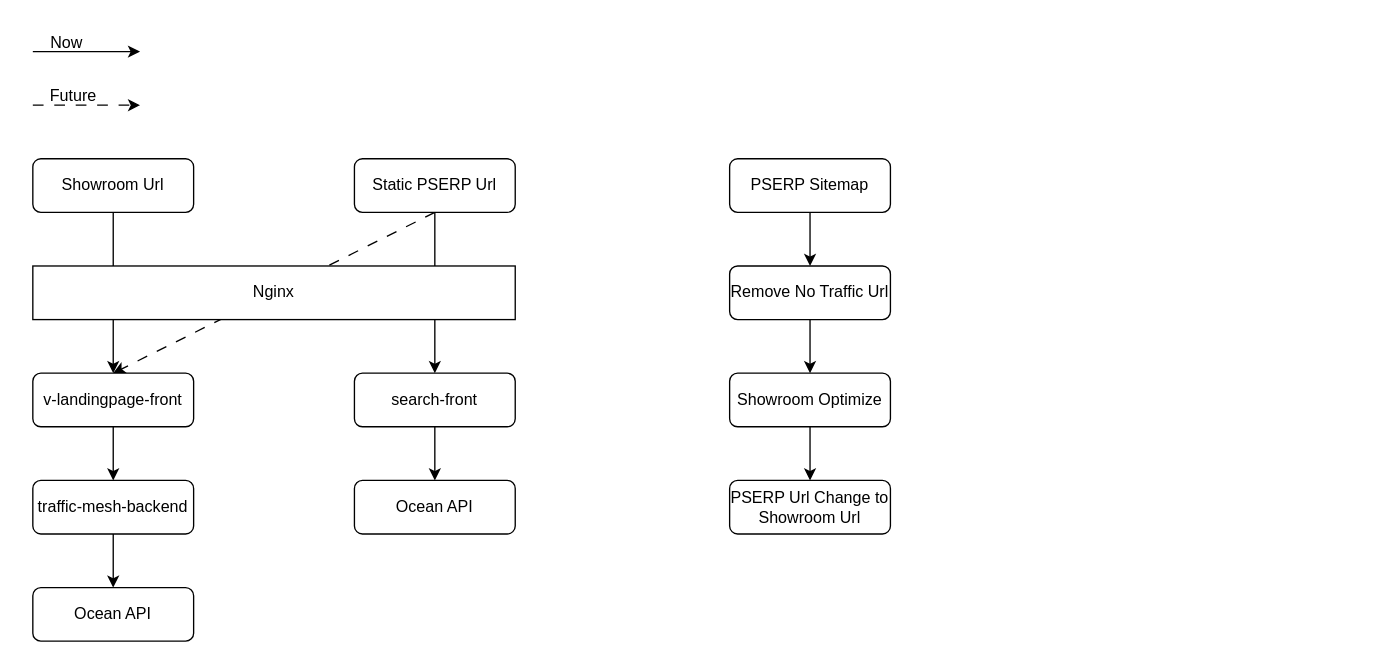
The draw.io diagram drawio/showroom_pserp_merge.drawio in VisableHarry/seo-drawio, before the edit. Source tidied: cells renumbered, new cells numbered last; positions are measured from the earlier drawing's top-left corner, leaving out a move shared by most shapes. Both pictures are drawn from the tidied source at 134%, with x=0, y=0 at pixel (32, 23).
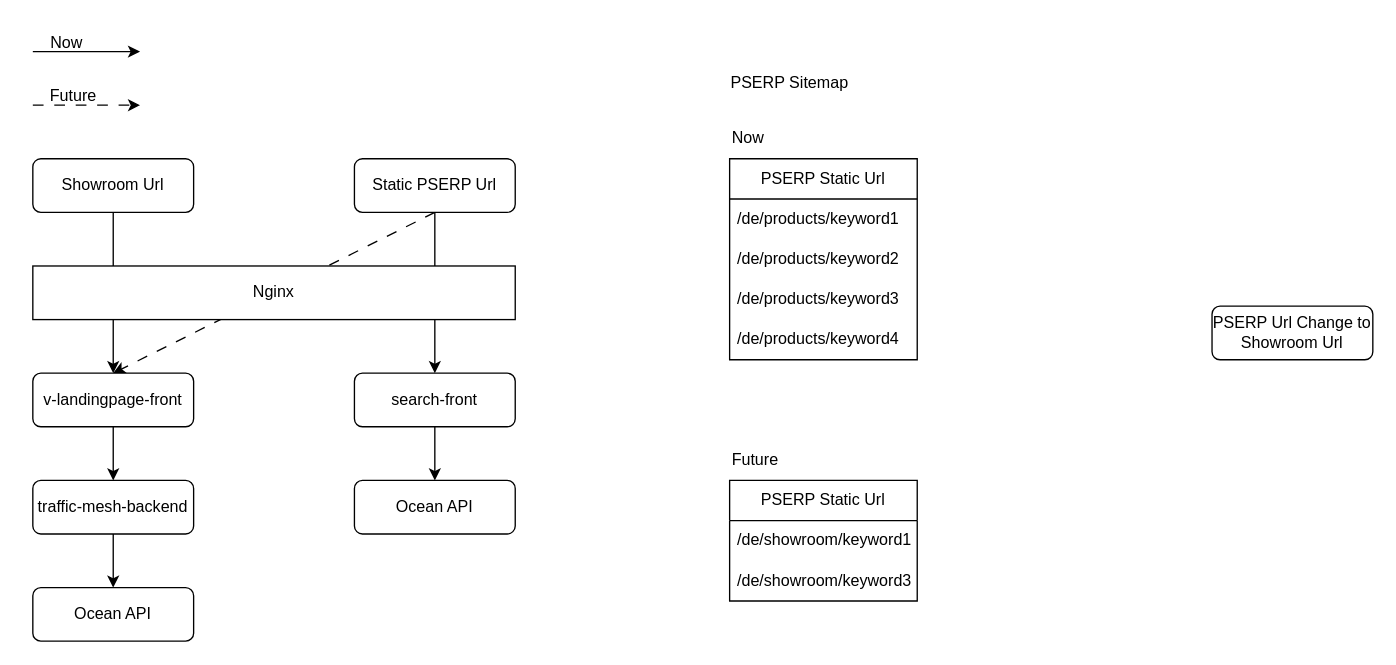
The same diagram, later.

What changed in the source:
```diff
@@
-    <mxCell id="20" style="edgeStyle=orthogonalEdgeStyle;rounded=0;jettySize=auto;html=1;exitX=0.5;exitY=1;exitDx=0;exitDy=0;entryX=0.5;entryY=0;entryDx=0;entryDy=0;" parent="1" edge="1" source="21" target="23">
-      <mxGeometry relative="1" as="geometry" />
-    </mxCell>
+    <mxCell id="26" value="PSERP Url Change to Showroom Url" style="rounded=1;whiteSpace=wrap;html=1;" parent="1" vertex="1">
+      <mxGeometry x="880" y="211" width="120" height="40" as="geometry" />
+    </mxCell>
-    <mxCell id="21" value="PSERP Sitemap" style="rounded=1;whiteSpace=wrap;html=1;" parent="1" vertex="1">
-      <mxGeometry x="520" y="101" width="120" height="40" as="geometry" />
+    <mxCell id="21" value="PSERP Sitemap" style="text;html=1;align=center;verticalAlign=middle;whiteSpace=wrap;rounded=0;" parent="1" vertex="1">
+      <mxGeometry x="520" y="30" width="90" height="30" as="geometry" />
     </mxCell>
-    <mxCell id="22" style="edgeStyle=orthogonalEdgeStyle;rounded=0;jettySize=auto;html=1;exitX=0.5;exitY=1;exitDx=0;exitDy=0;entryX=0.5;entryY=0;entryDx=0;entryDy=0;" parent="1" edge="1" source="23" target="25">
-      <mxGeometry relative="1" as="geometry" />
-    </mxCell>
-    <mxCell id="23" value="Remove No Traffic Url" style="rounded=1;whiteSpace=wrap;html=1;" parent="1" vertex="1">
-      <mxGeometry x="520" y="181" width="120" height="40" as="geometry" />
-    </mxCell>
-    <mxCell id="24" style="edgeStyle=orthogonalEdgeStyle;rounded=0;jettySize=auto;html=1;exitX=0.5;exitY=1;exitDx=0;exitDy=0;entryX=0.5;entryY=0;entryDx=0;entryDy=0;" parent="1" edge="1" source="25" target="26">
-      <mxGeometry relative="1" as="geometry" />
-    </mxCell>
-    <mxCell id="25" value="Showroom Optimize" style="rounded=1;whiteSpace=wrap;html=1;" parent="1" vertex="1">
-      <mxGeometry x="520" y="261" width="120" height="40" as="geometry" />
-    </mxCell>
-    <mxCell id="26" value="PSERP Url Change to Showroom Url" style="rounded=1;whiteSpace=wrap;html=1;" parent="1" vertex="1">
-      <mxGeometry x="520" y="341" width="120" height="40" as="geometry" />
-    </mxCell>
+    <mxCell id="27" value="Now" style="text;html=1;align=left;verticalAlign=middle;whiteSpace=wrap;rounded=0;" parent="1" vertex="1">
+      <mxGeometry x="520" y="71" width="60" height="30" as="geometry" />
+    </mxCell>
+    <mxCell id="28" value="Future" style="text;html=1;align=left;verticalAlign=middle;whiteSpace=wrap;rounded=0;" parent="1" vertex="1">
+      <mxGeometry x="520" y="311" width="60" height="30" as="geometry" />
+    </mxCell>
+    <mxCell id="29" value="PSERP Static Url" style="swimlane;fontStyle=0;horizontal=1;startSize=30;whiteSpace=wrap;html=1;" parent="1" vertex="1">
+      <mxGeometry x="520" y="101" width="140" height="150" as="geometry" />
+    </mxCell>
+    <mxCell id="30" value="/de/products/keyword1" style="text;strokeColor=none;fillColor=none;align=left;verticalAlign=middle;spacingLeft=4;spacingRight=4;overflow=hidden;whiteSpace=wrap;html=1;" parent="29" vertex="1">
+      <mxGeometry y="30" width="140" height="30" as="geometry" />
+    </mxCell>
+    <mxCell id="31" value="/de/products/keyword2" style="text;strokeColor=none;fillColor=none;align=left;verticalAlign=middle;spacingLeft=4;spacingRight=4;overflow=hidden;whiteSpace=wrap;html=1;" parent="29" vertex="1">
+      <mxGeometry y="60" width="140" height="30" as="geometry" />
+    </mxCell>
+    <mxCell id="32" value="/de/products/keyword3" style="text;strokeColor=none;fillColor=none;align=left;verticalAlign=middle;spacingLeft=4;spacingRight=4;overflow=hidden;whiteSpace=wrap;html=1;" parent="29" vertex="1">
+      <mxGeometry y="90" width="140" height="30" as="geometry" />
+    </mxCell>
+    <mxCell id="33" value="/de/products/keyword4" style="text;strokeColor=none;fillColor=none;align=left;verticalAlign=middle;spacingLeft=4;spacingRight=4;overflow=hidden;whiteSpace=wrap;html=1;" parent="29" vertex="1">
+      <mxGeometry y="120" width="140" height="30" as="geometry" />
+    </mxCell>
+    <mxCell id="34" value="PSERP Static Url" style="swimlane;fontStyle=0;horizontal=1;startSize=30;whiteSpace=wrap;html=1;" parent="1" vertex="1">
+      <mxGeometry x="520" y="341" width="140" height="90" as="geometry" />
+    </mxCell>
+    <mxCell id="35" value="/de/showroom/keyword1" style="text;strokeColor=none;fillColor=none;align=left;verticalAlign=middle;spacingLeft=4;spacingRight=4;overflow=hidden;whiteSpace=wrap;html=1;" parent="34" vertex="1">
+      <mxGeometry y="30" width="140" height="30" as="geometry" />
+    </mxCell>
+    <mxCell id="36" value="/de/showroom/keyword3" style="text;strokeColor=none;fillColor=none;align=left;verticalAlign=middle;spacingLeft=4;spacingRight=4;overflow=hidden;whiteSpace=wrap;html=1;" parent="34" vertex="1">
+      <mxGeometry y="60" width="140" height="30" as="geometry" />
+    </mxCell>
```
